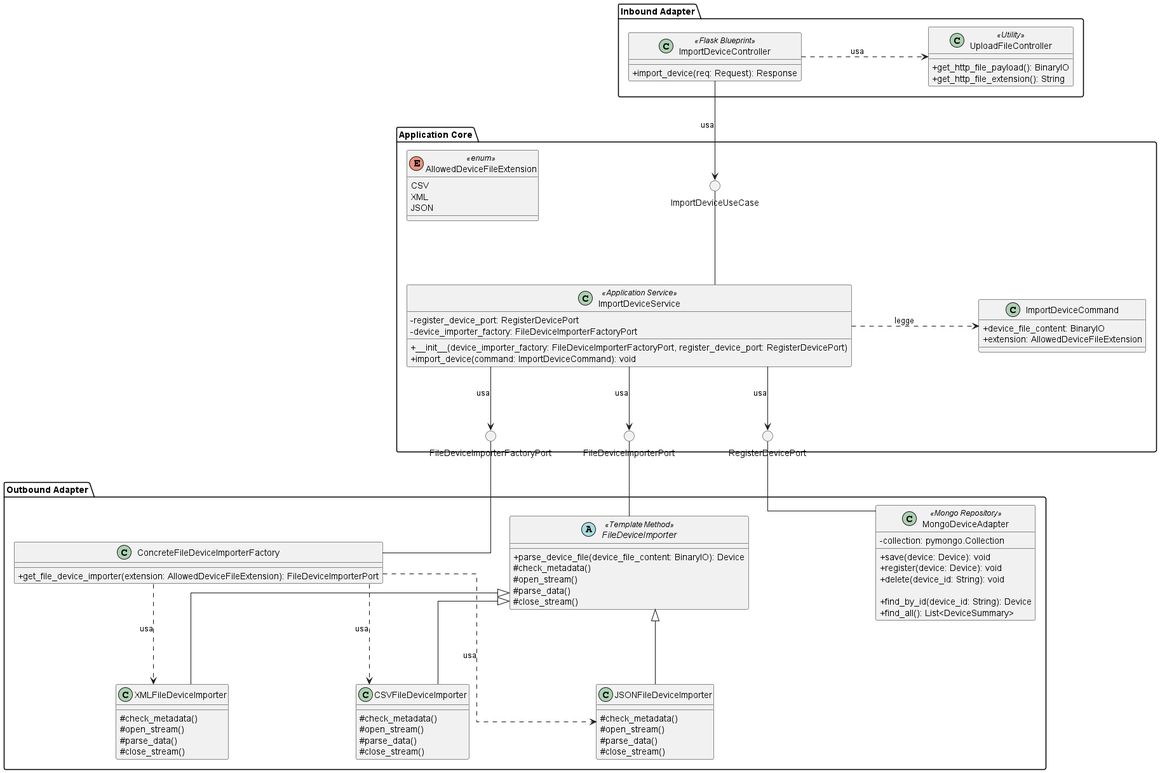
The PlantUML diagram src/PB/DocumentazioneEsterna/Specifica_Tecnica/content/05-diagrammi-classi/uml/png/ImportDevice/import-device.png in GroupRubberDuck/Documentazione, before a commit.
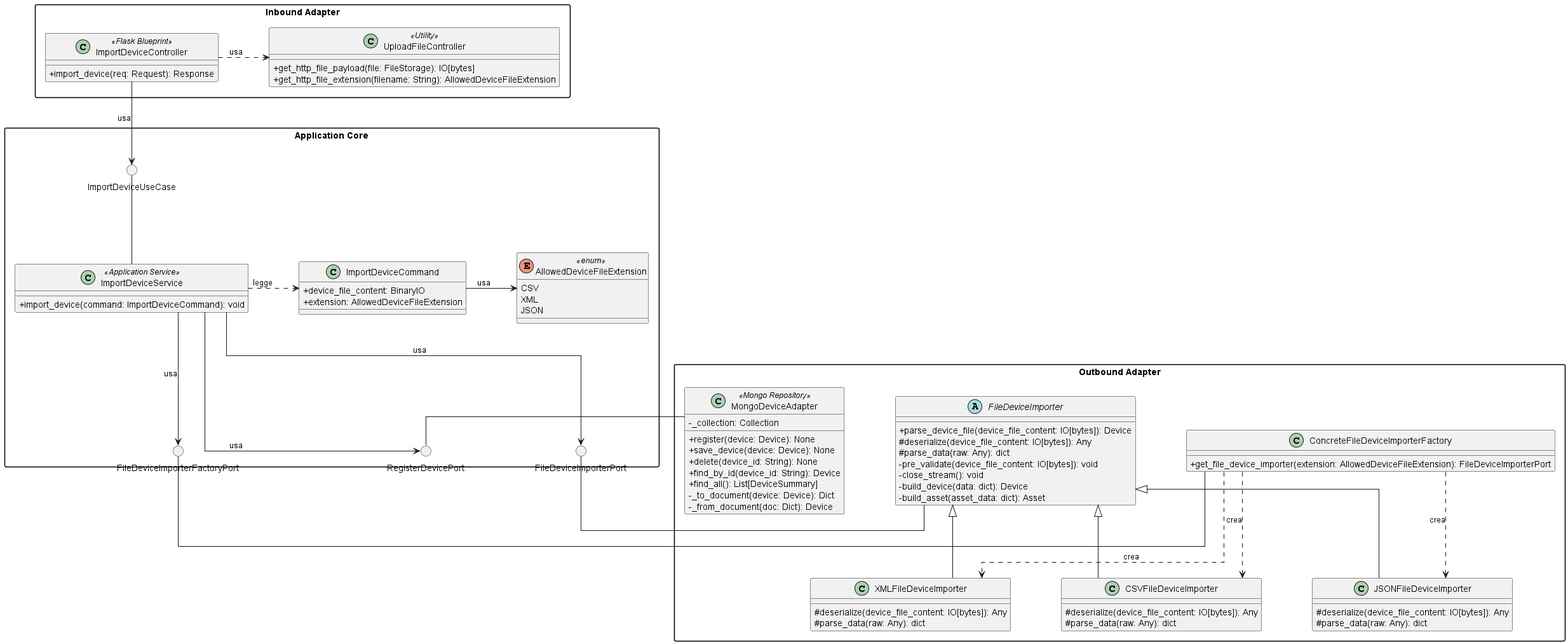
Above is the later version.

What changed in the source:
```diff
@@ -1,102 +1,69 @@
 @startuml import-device
 skinparam linetype ortho
 skinparam classAttributeIconSize 0
-skinparam nodesep 200
+skinparam nodesep 80
 skinparam ranksep 100
+skinparam packageStyle rectangle
 
 package "Inbound Adapter" {
     !include InboundAdapters/ImportDeviceController.puml
 }
 
 package "Application Core" {
-
     () "ImportDeviceUseCase"
 
-    class ImportDeviceService <<Application Service>> {
-        -register_device_port: RegisterDevicePort
-        -device_importer_factory: FileDeviceImporterFactoryPort
-        +__init__(device_importer_factory: FileDeviceImporterFactoryPort, register_device_port: RegisterDevicePort)
-        +import_device(command: ImportDeviceCommand): void
-    }
+    !include ApplicationServices/ImportDeviceService.puml
+    !include Command/ImportDeviceCommand.puml
+    !include Domain/AllowedDeviceFileExtension.puml
 
-    enum AllowedDeviceFileExtension <<enum>> {
-        CSV
-        XML
-        JSON
-    }
+    () "FileDeviceImporterFactoryPort"
+    () "RegisterDevicePort"
+    () "FileDeviceImporterPort"
 
-    class ImportDeviceCommand {
-        + device_file_content: BinaryIO
-        + extension: AllowedDeviceFileExtension
-    }
+    ImportDeviceService -up- ImportDeviceUseCase
+    ImportDeviceService .right.> ImportDeviceCommand : legge
+    ImportDeviceService -down-> FileDeviceImporterFactoryPort : usa
+    ImportDeviceService -down-> RegisterDevicePort : usa
+    ImportDeviceService -down-> FileDeviceImporterPort : usa
 
-    () "FileDeviceImporterFactoryPort" as FactoryPort
-    () "FileDeviceImporterPort" as ImporterPort
-    () "RegisterDevicePort" as RegPort
+    ImportDeviceCommand -right-> AllowedDeviceFileExtension : usa
 
-    FactoryPort -[hidden]right--------- ImporterPort
-    ImporterPort -[hidden]right--------- RegPort
 
-    ImportDeviceService .right.> ImportDeviceCommand : legge
 }
 
 package "Outbound Adapter" {
-    abstract class FileDeviceImporter <<Template Method>> {
-        + parse_device_file(device_file_content: BinaryIO): Device
-        # check_metadata()
-        # open_stream()
-        # parse_data()
-        # close_stream()
-    }
+    !include OutboundAdapters/FileDeviceImporter.puml
+    !include OutboundAdapters/ConcreteFileDeviceImporterFactory.puml
+    !include OutboundAdapters/MongoDeviceAdapter.puml
 
     class CSVFileDeviceImporter {
-        # check_metadata()
-        # open_stream()
-        # parse_data()
-        # close_stream()
+        # deserialize(device_file_content: IO[bytes]): Any
+        # parse_data(raw: Any): dict
     }
 
     class JSONFileDeviceImporter {
-        # check_metadata()
-        # open_stream()
-        # parse_data()
-        # close_stream()
+        # deserialize(device_file_content: IO[bytes]): Any
+        # parse_data(raw: Any): dict
     }
 
     class XMLFileDeviceImporter {
-        # check_metadata()
-        # open_stream()
-        # parse_data()
-        # close_stream()
+        # deserialize(device_file_content: IO[bytes]): Any
+        # parse_data(raw: Any): dict
     }
-
-    class ConcreteFileDeviceImporterFactory {
-        + get_file_device_importer(extension: AllowedDeviceFileExtension): FileDeviceImporterPort
-    }
-
-    !include OutboundAdapters/MongoDeviceAdapter.puml
-
-    ConcreteFileDeviceImporterFactory -[hidden]right--------- FileDeviceImporter
-    FileDeviceImporter -[hidden]right--------- MongoDeviceAdapter
 }
 
-ImportDeviceController -down-> ImportDeviceUseCase : usa
-ImportDeviceUseCase -down- ImportDeviceService
+ImportDeviceController --> ImportDeviceUseCase : usa
 
-ImportDeviceService -down-> FactoryPort : usa
-ImportDeviceService -down-> ImporterPort : usa
-ImportDeviceService -down-> RegPort : usa
+FileDeviceImporterFactoryPort - ConcreteFileDeviceImporterFactory
+RegisterDevicePort - MongoDeviceAdapter
+FileDeviceImporterPort - FileDeviceImporter
 
-FactoryPort -down- ConcreteFileDeviceImporterFactory
-ImporterPort -down- FileDeviceImporter
-RegPort -down- MongoDeviceAdapter
+FileDeviceImporter <|-- CSVFileDeviceImporter
+FileDeviceImporter <|-- XMLFileDeviceImporter
+FileDeviceImporter <|-- JSONFileDeviceImporter
 
-ConcreteFileDeviceImporterFactory .down.> CSVFileDeviceImporter : usa
-ConcreteFileDeviceImporterFactory .down.> JSONFileDeviceImporter : usa
-ConcreteFileDeviceImporterFactory .down.> XMLFileDeviceImporter : usa
-
-FileDeviceImporter <|-down- CSVFileDeviceImporter
-FileDeviceImporter <|-down- JSONFileDeviceImporter
-FileDeviceImporter <|-down- XMLFileDeviceImporter
+ConcreteFileDeviceImporterFactory ..> CSVFileDeviceImporter : crea
+ConcreteFileDeviceImporterFactory ..> JSONFileDeviceImporter : crea
+ConcreteFileDeviceImporterFactory ..> XMLFileDeviceImporter : crea
 
 @enduml
```
